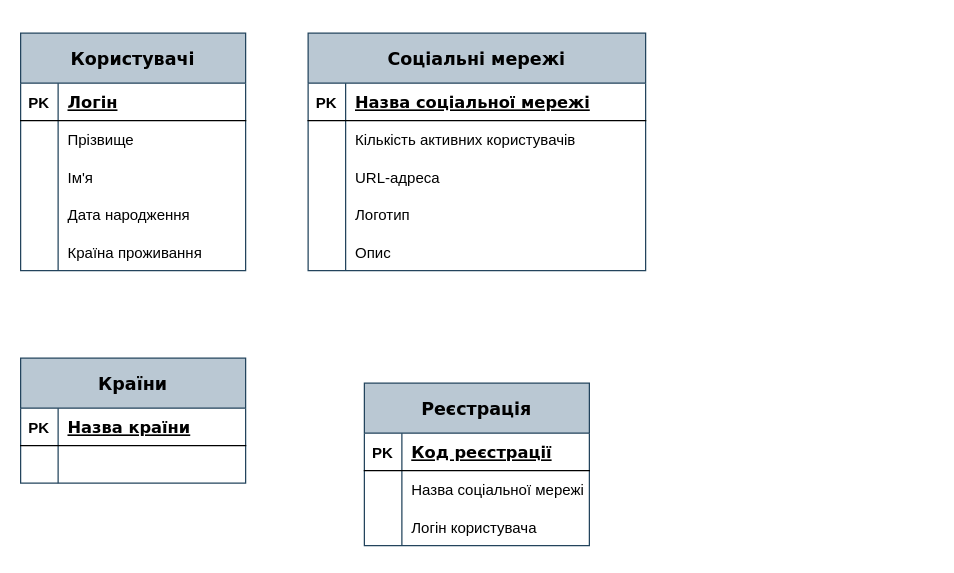
The draw.io diagram Діаграма без назви.drawio in Petqka/Draw.io, before the edit. Source tidied: cells renumbered, new cells numbered last; positions are measured from the earlier drawing's top-left corner, leaving out a move shared by most shapes. Both pictures are drawn from the tidied source at 125%, with x=0, y=0 at pixel (20, 32).
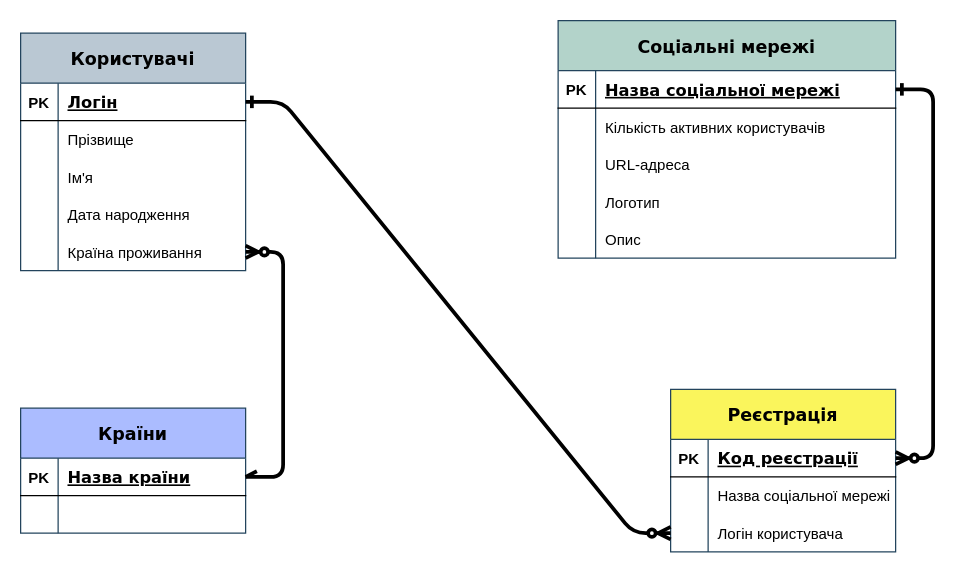
Above is the later version.

Unchanged cells that the change refers to:
```xml
<mxCell id="3" style="shape=tableRow;horizontal=0;startSize=0;swimlaneHead=0;swimlaneBody=0;fillColor=none;points=[[0,0.5],[1,0.5]];portConstraint=eastwest;top=0;left=0;right=0;bottom=1;" parent="2" vertex="1">
  <mxGeometry y="40" width="180" height="30" as="geometry" />
</mxCell>
<mxCell id="15" style="shape=tableRow;horizontal=0;startSize=0;swimlaneHead=0;swimlaneBody=0;fillColor=none;points=[[0,0.5],[1,0.5]];portConstraint=eastwest;top=0;left=0;right=0;bottom=0;" parent="2" vertex="1">
  <mxGeometry y="160" width="180" height="30" as="geometry" />
</mxCell>
<mxCell id="19" style="shape=tableRow;horizontal=0;startSize=0;swimlaneHead=0;swimlaneBody=0;fillColor=none;points=[[0,0.5],[1,0.5]];portConstraint=eastwest;top=0;left=0;right=0;bottom=1;" parent="18" vertex="1">
  <mxGeometry y="40" width="270" height="30" as="geometry" />
</mxCell>
<mxCell id="35" style="shape=tableRow;horizontal=0;startSize=0;swimlaneHead=0;swimlaneBody=0;fillColor=none;points=[[0,0.5],[1,0.5]];portConstraint=eastwest;top=0;left=0;right=0;bottom=1;" parent="34" vertex="1">
  <mxGeometry y="40" width="180" height="30" as="geometry" />
</mxCell>
<mxCell id="42" style="shape=tableRow;horizontal=0;startSize=0;swimlaneHead=0;swimlaneBody=0;fillColor=none;points=[[0,0.5],[1,0.5]];portConstraint=eastwest;top=0;left=0;right=0;bottom=1;" parent="41" vertex="1">
  <mxGeometry y="40" width="180" height="30" as="geometry" />
</mxCell>
<mxCell id="48" style="shape=tableRow;horizontal=0;startSize=0;swimlaneHead=0;swimlaneBody=0;fillColor=none;points=[[0,0.5],[1,0.5]];portConstraint=eastwest;top=0;left=0;right=0;bottom=0;" parent="41" vertex="1">
  <mxGeometry y="100" width="180" height="30" as="geometry" />
</mxCell>
```

Change to the diagram source:
```diff
@@
-    <mxCell id="18" value="Соціальні мережі" style="shape=table;startSize=40;childLayout=tableLayout;rowLines=0;fontStyle=1;align=center;fillColor=#bac8d3;strokeColor=#23445d;fontFamily=Verdana;fontSize=14;" parent="1" vertex="1">
-      <mxGeometry x="230" width="270" height="190" as="geometry" />
+    <mxCell id="18" value="Соціальні мережі" style="shape=table;startSize=40;childLayout=tableLayout;rowLines=0;fontStyle=1;align=center;fillColor=#B3D3CA;strokeColor=#23445d;fontFamily=Verdana;fontSize=14;" parent="1" vertex="1">
+      <mxGeometry x="430" y="-10" width="270" height="190" as="geometry" />
     </mxCell>
@@
-    <mxCell id="34" value="Країни" style="shape=table;startSize=40;childLayout=tableLayout;rowLines=0;fontStyle=1;align=center;fillColor=#bac8d3;strokeColor=#23445d;fontFamily=Verdana;fontSize=14;" parent="1" vertex="1">
-      <mxGeometry y="260" width="180" height="100" as="geometry" />
+    <mxCell id="34" value="Країни" style="shape=table;startSize=40;childLayout=tableLayout;rowLines=0;fontStyle=1;align=center;fillColor=#ABBCFF;strokeColor=#23445d;fontFamily=Verdana;fontSize=14;" parent="1" vertex="1">
+      <mxGeometry y="300" width="180" height="100" as="geometry" />
     </mxCell>
@@
-    <mxCell id="41" value="Реєстрація" style="shape=table;startSize=40;childLayout=tableLayout;rowLines=0;fontStyle=1;align=center;fillColor=#bac8d3;strokeColor=#23445d;fontFamily=Verdana;fontSize=14;" parent="1" vertex="1">
-      <mxGeometry x="275" y="280" width="180" height="130" as="geometry" />
+    <mxCell id="41" value="Реєстрація" style="shape=table;startSize=40;childLayout=tableLayout;rowLines=0;fontStyle=1;align=center;fillColor=#FAF55C;strokeColor=#23445d;fontFamily=Verdana;fontSize=14;" parent="1" vertex="1">
+      <mxGeometry x="520" y="285" width="180" height="130" as="geometry" />
     </mxCell>
@@
+    <mxCell id="51" style="edgeStyle=entityRelationEdgeStyle;fontSize=12;html=1;endArrow=ERzeroToMany;endFill=1;rounded=1;fontFamily=Verdana;exitX=1;exitY=0.5;exitDx=0;exitDy=0;entryX=0;entryY=0.5;entryDx=0;entryDy=0;startArrow=ERone;startFill=0;strokeWidth=3;" parent="1" edge="1" source="3" target="48">
+      <mxGeometry relative="1" as="geometry" />
+    </mxCell>
+    <mxCell id="52" style="edgeStyle=entityRelationEdgeStyle;fontSize=12;html=1;endArrow=ERzeroToMany;endFill=1;rounded=1;strokeWidth=3;fontFamily=Verdana;entryX=1;entryY=0.5;entryDx=0;entryDy=0;exitX=1;exitY=0.5;exitDx=0;exitDy=0;startArrow=openAsync;startFill=0;" parent="1" edge="1" source="35" target="15">
+      <mxGeometry relative="1" as="geometry" />
+    </mxCell>
+    <mxCell id="53" style="edgeStyle=entityRelationEdgeStyle;fontSize=12;html=1;endArrow=ERzeroToMany;endFill=1;rounded=1;strokeWidth=3;fontFamily=Verdana;exitX=1;exitY=0.5;exitDx=0;exitDy=0;entryX=1;entryY=0.5;entryDx=0;entryDy=0;startArrow=ERone;startFill=0;" parent="1" edge="1" source="19" target="42">
+      <mxGeometry relative="1" as="geometry" />
+    </mxCell>
```
